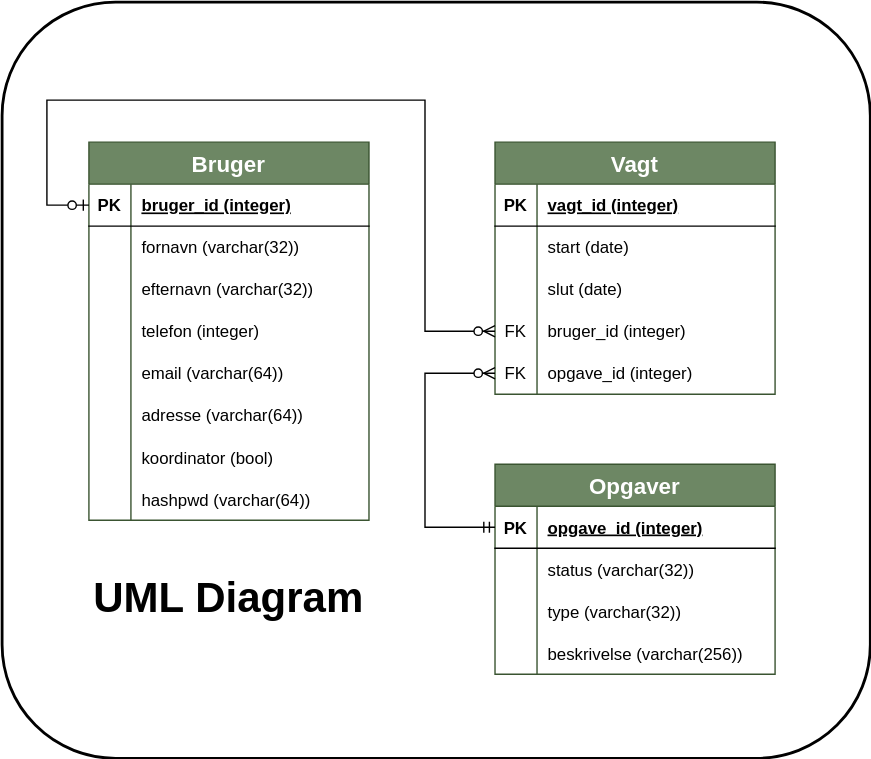
This is Filer/UML_diagram.drawio.svg from lynge96/JADA-Miljoefestival, a draw.io export, as it was before one commit. Source tidied: cells renumbered, new cells last; positions are measured from the earlier drawing's top-left corner, leaving out a move shared by most shapes. Its diagram source:
```xml
<mxGraphModel>
  <root>
    <mxCell id="0" />
    <mxCell id="1" parent="0" />
    <mxCell id="2" style="rounded=1;whiteSpace=wrap;html=1;labelBackgroundColor=none;fontSize=30;fontColor=default;labelBorderColor=none;fillColor=none;strokeWidth=2;glass=0;shadow=0;" parent="1" vertex="1">
      <mxGeometry width="620" height="540" as="geometry" />
    </mxCell>
    <mxCell id="3" value="Bruger" style="shape=table;startSize=30;rowLines=0;fontStyle=1;align=center;labelBackgroundColor=none;fillColor=#6d8764;strokeColor=#3A5431;fontColor=#ffffff;fontSize=16;" parent="1" vertex="1">
      <mxGeometry x="62" y="100" width="200" height="270" as="geometry" />
    </mxCell>
    <mxCell id="4" style="shape=tableRow;horizontal=0;startSize=0;swimlaneHead=0;swimlaneBody=0;fillColor=none;points=[[0,0.5],[1,0.5]];portConstraint=eastwest;top=0;left=0;right=0;bottom=1;" parent="3" vertex="1">
      <mxGeometry y="30" width="200" height="30" as="geometry" />
    </mxCell>
    <mxCell id="5" value="PK" style="shape=partialRectangle;fillColor=none;top=0;left=0;bottom=0;right=0;fontStyle=1;overflow=hidden;" parent="4" vertex="1">
      <mxGeometry width="30" height="30" as="geometry" />
    </mxCell>
    <mxCell id="6" value="bruger_id (integer)" style="shape=partialRectangle;fillColor=none;top=0;left=0;bottom=0;right=0;align=left;spacingLeft=6;fontStyle=5;overflow=hidden;" parent="4" vertex="1">
      <mxGeometry x="30" width="170" height="30" as="geometry" />
    </mxCell>
    <mxCell id="7" style="shape=tableRow;horizontal=0;startSize=0;swimlaneHead=0;swimlaneBody=0;fillColor=none;top=0;left=0;right=0;bottom=0;" parent="3" vertex="1">
      <mxGeometry y="60" width="200" height="30" as="geometry" />
    </mxCell>
    <mxCell id="8" style="shape=partialRectangle;fillColor=none;top=0;left=0;bottom=0;right=0;overflow=hidden;" parent="7" vertex="1">
      <mxGeometry width="30" height="30" as="geometry" />
    </mxCell>
    <mxCell id="9" value="fornavn (varchar(32))" style="shape=partialRectangle;fillColor=none;top=0;left=0;bottom=0;right=0;align=left;spacingLeft=6;overflow=hidden;" parent="7" vertex="1">
      <mxGeometry x="30" width="170" height="30" as="geometry" />
    </mxCell>
    <mxCell id="10" style="shape=tableRow;horizontal=0;startSize=0;swimlaneHead=0;swimlaneBody=0;fillColor=none;top=0;left=0;right=0;bottom=0;" parent="3" vertex="1">
      <mxGeometry y="90" width="200" height="30" as="geometry" />
    </mxCell>
    <mxCell id="11" style="shape=partialRectangle;fillColor=none;top=0;left=0;bottom=0;right=0;overflow=hidden;" parent="10" vertex="1">
      <mxGeometry width="30" height="30" as="geometry" />
    </mxCell>
    <mxCell id="12" value="efternavn (varchar(32))" style="shape=partialRectangle;fillColor=none;top=0;left=0;bottom=0;right=0;align=left;spacingLeft=6;overflow=hidden;" parent="10" vertex="1">
      <mxGeometry x="30" width="170" height="30" as="geometry" />
    </mxCell>
    <mxCell id="13" style="shape=tableRow;horizontal=0;startSize=0;swimlaneHead=0;swimlaneBody=0;fillColor=none;top=0;left=0;right=0;bottom=0;" parent="3" vertex="1">
      <mxGeometry y="120" width="200" height="30" as="geometry" />
    </mxCell>
    <mxCell id="14" style="shape=partialRectangle;fillColor=none;top=0;left=0;bottom=0;right=0;overflow=hidden;" parent="13" vertex="1">
      <mxGeometry width="30" height="30" as="geometry" />
    </mxCell>
    <mxCell id="15" value="telefon (integer)" style="shape=partialRectangle;fillColor=none;top=0;left=0;bottom=0;right=0;align=left;spacingLeft=6;overflow=hidden;" parent="13" vertex="1">
      <mxGeometry x="30" width="170" height="30" as="geometry" />
    </mxCell>
    <mxCell id="16" style="shape=tableRow;horizontal=0;startSize=0;swimlaneHead=0;swimlaneBody=0;fillColor=none;top=0;left=0;right=0;bottom=0;" parent="3" vertex="1">
      <mxGeometry y="150" width="200" height="30" as="geometry" />
    </mxCell>
    <mxCell id="17" style="shape=partialRectangle;fillColor=none;top=0;left=0;bottom=0;right=0;overflow=hidden;" parent="16" vertex="1">
      <mxGeometry width="30" height="30" as="geometry" />
    </mxCell>
    <mxCell id="18" value="email (varchar(64))" style="shape=partialRectangle;fillColor=none;top=0;left=0;bottom=0;right=0;align=left;spacingLeft=6;overflow=hidden;" parent="16" vertex="1">
      <mxGeometry x="30" width="170" height="30" as="geometry" />
    </mxCell>
    <mxCell id="19" style="shape=tableRow;horizontal=0;startSize=0;swimlaneHead=0;swimlaneBody=0;fillColor=none;top=0;left=0;right=0;bottom=0;" parent="3" vertex="1">
      <mxGeometry y="180" width="200" height="30" as="geometry" />
    </mxCell>
    <mxCell id="20" style="shape=partialRectangle;fillColor=none;top=0;left=0;bottom=0;right=0;overflow=hidden;" parent="19" vertex="1">
      <mxGeometry width="30" height="30" as="geometry" />
    </mxCell>
    <mxCell id="21" value="adresse (varchar(64))" style="shape=partialRectangle;fillColor=none;top=0;left=0;bottom=0;right=0;align=left;spacingLeft=6;overflow=hidden;" parent="19" vertex="1">
      <mxGeometry x="30" width="170" height="30" as="geometry" />
    </mxCell>
    <mxCell id="22" style="shape=tableRow;horizontal=0;startSize=0;swimlaneHead=0;swimlaneBody=0;fillColor=none;top=0;left=0;right=0;bottom=0;" parent="3" vertex="1">
      <mxGeometry y="210" width="200" height="30" as="geometry" />
    </mxCell>
    <mxCell id="23" style="shape=partialRectangle;fillColor=none;top=0;left=0;bottom=0;right=0;overflow=hidden;" parent="22" vertex="1">
      <mxGeometry width="30" height="30" as="geometry" />
    </mxCell>
    <mxCell id="24" value="koordinator (bool)" style="shape=partialRectangle;fillColor=none;top=0;left=0;bottom=0;right=0;align=left;spacingLeft=6;overflow=hidden;" parent="22" vertex="1">
      <mxGeometry x="30" width="170" height="30" as="geometry" />
    </mxCell>
    <mxCell id="25" style="shape=tableRow;horizontal=0;startSize=0;swimlaneHead=0;swimlaneBody=0;fillColor=none;top=0;left=0;right=0;bottom=0;" parent="3" vertex="1">
      <mxGeometry y="240" width="200" height="30" as="geometry" />
    </mxCell>
    <mxCell id="26" style="shape=partialRectangle;fillColor=none;top=0;left=0;bottom=0;right=0;overflow=hidden;" parent="25" vertex="1">
      <mxGeometry width="30" height="30" as="geometry" />
    </mxCell>
    <mxCell id="27" value="hashpwd (varchar(64))" style="shape=partialRectangle;fillColor=none;top=0;left=0;bottom=0;right=0;align=left;spacingLeft=6;overflow=hidden;" parent="25" vertex="1">
      <mxGeometry x="30" width="170" height="30" as="geometry" />
    </mxCell>
    <mxCell id="28" value="Vagt" style="shape=table;startSize=30;rowLines=0;fontStyle=1;align=center;labelBackgroundColor=none;fillColor=#6d8764;fontColor=#ffffff;strokeColor=#3A5431;fontFamily=Helvetica;fontSize=16;" parent="1" vertex="1">
      <mxGeometry x="352" y="100" width="200" height="180" as="geometry" />
    </mxCell>
    <mxCell id="29" style="shape=tableRow;horizontal=0;startSize=0;swimlaneHead=0;swimlaneBody=0;fillColor=none;top=0;left=0;right=0;bottom=1;labelBackgroundColor=#FFFFFF;" parent="28" vertex="1">
      <mxGeometry y="30" width="200" height="30" as="geometry" />
    </mxCell>
    <mxCell id="30" value="PK" style="shape=partialRectangle;fillColor=none;top=0;left=0;bottom=0;right=0;fontStyle=1;overflow=hidden;labelBackgroundColor=#FFFFFF;" parent="29" vertex="1">
      <mxGeometry width="30" height="30" as="geometry" />
    </mxCell>
    <mxCell id="31" value="vagt_id (integer)" style="shape=partialRectangle;fillColor=none;top=0;left=0;bottom=0;right=0;align=left;spacingLeft=6;fontStyle=5;overflow=hidden;labelBackgroundColor=#FFFFFF;" parent="29" vertex="1">
      <mxGeometry x="30" width="170" height="30" as="geometry" />
    </mxCell>
    <mxCell id="32" style="shape=tableRow;horizontal=0;startSize=0;swimlaneHead=0;swimlaneBody=0;fillColor=none;top=0;left=0;right=0;bottom=0;labelBackgroundColor=#FFFFFF;" parent="28" vertex="1">
      <mxGeometry y="60" width="200" height="30" as="geometry" />
    </mxCell>
    <mxCell id="33" style="shape=partialRectangle;fillColor=none;top=0;left=0;bottom=0;right=0;overflow=hidden;labelBackgroundColor=#FFFFFF;" parent="32" vertex="1">
      <mxGeometry width="30" height="30" as="geometry" />
    </mxCell>
    <mxCell id="34" value="start (date)" style="shape=partialRectangle;fillColor=none;top=0;left=0;bottom=0;right=0;align=left;spacingLeft=6;overflow=hidden;labelBackgroundColor=#FFFFFF;" parent="32" vertex="1">
      <mxGeometry x="30" width="170" height="30" as="geometry" />
    </mxCell>
    <mxCell id="35" style="shape=tableRow;horizontal=0;startSize=0;swimlaneHead=0;swimlaneBody=0;fillColor=none;top=0;left=0;right=0;bottom=0;labelBackgroundColor=#FFFFFF;" parent="28" vertex="1">
      <mxGeometry y="90" width="200" height="30" as="geometry" />
    </mxCell>
    <mxCell id="36" style="shape=partialRectangle;fillColor=none;top=0;left=0;bottom=0;right=0;overflow=hidden;labelBackgroundColor=#FFFFFF;" parent="35" vertex="1">
      <mxGeometry width="30" height="30" as="geometry" />
    </mxCell>
    <mxCell id="37" value="slut (date)" style="shape=partialRectangle;fillColor=none;top=0;left=0;bottom=0;right=0;align=left;spacingLeft=6;overflow=hidden;labelBackgroundColor=#FFFFFF;" parent="35" vertex="1">
      <mxGeometry x="30" width="170" height="30" as="geometry" />
    </mxCell>
    <mxCell id="38" style="shape=tableRow;horizontal=0;startSize=0;swimlaneHead=0;swimlaneBody=0;fillColor=none;points=[[0,0.5],[1,0.5]];portConstraint=eastwest;top=0;left=0;right=0;bottom=0;labelBackgroundColor=#FFFFFF;" parent="28" vertex="1">
      <mxGeometry y="120" width="200" height="30" as="geometry" />
    </mxCell>
    <mxCell id="39" value="FK" style="shape=partialRectangle;fillColor=none;top=0;left=0;bottom=0;right=0;fontStyle=0;overflow=hidden;labelBackgroundColor=#FFFFFF;" parent="38" vertex="1">
      <mxGeometry width="30" height="30" as="geometry" />
    </mxCell>
    <mxCell id="40" value="bruger_id (integer)" style="shape=partialRectangle;fillColor=none;top=0;left=0;bottom=0;right=0;align=left;spacingLeft=6;fontStyle=0;overflow=hidden;labelBackgroundColor=#FFFFFF;" parent="38" vertex="1">
      <mxGeometry x="30" width="170" height="30" as="geometry" />
    </mxCell>
    <mxCell id="41" style="shape=tableRow;horizontal=0;startSize=0;swimlaneHead=0;swimlaneBody=0;fillColor=none;points=[[0,0.5],[1,0.5]];portConstraint=eastwest;top=0;left=0;right=0;bottom=0;labelBackgroundColor=#FFFFFF;" parent="28" vertex="1">
      <mxGeometry y="150" width="200" height="30" as="geometry" />
    </mxCell>
    <mxCell id="42" value="FK" style="shape=partialRectangle;fillColor=none;top=0;left=0;bottom=0;right=0;fontStyle=0;overflow=hidden;labelBackgroundColor=#FFFFFF;" parent="41" vertex="1">
      <mxGeometry width="30" height="30" as="geometry" />
    </mxCell>
    <mxCell id="43" value="opgave_id (integer)" style="shape=partialRectangle;fillColor=none;top=0;left=0;bottom=0;right=0;align=left;spacingLeft=6;fontStyle=0;overflow=hidden;labelBackgroundColor=#FFFFFF;" parent="41" vertex="1">
      <mxGeometry x="30" width="170" height="30" as="geometry" />
    </mxCell>
    <mxCell id="44" value="Opgaver" style="shape=table;startSize=30;rowLines=0;fontStyle=1;align=center;labelBackgroundColor=none;fillColor=#6d8764;fontColor=#ffffff;strokeColor=#3A5431;fontSize=16;swimlaneLine=1;" parent="1" vertex="1">
      <mxGeometry x="352" y="330" width="200" height="150" as="geometry" />
    </mxCell>
    <mxCell id="45" style="shape=tableRow;horizontal=0;startSize=0;swimlaneHead=0;swimlaneBody=0;fillColor=none;points=[[0,0.5],[1,0.5]];portConstraint=eastwest;top=0;left=0;right=0;bottom=1;labelBackgroundColor=#FFFFFF;" parent="44" vertex="1">
      <mxGeometry y="30" width="200" height="30" as="geometry" />
    </mxCell>
    <mxCell id="46" value="PK" style="shape=partialRectangle;fillColor=none;top=0;left=0;bottom=0;right=0;fontStyle=1;overflow=hidden;labelBackgroundColor=#FFFFFF;" parent="45" vertex="1">
      <mxGeometry width="30" height="30" as="geometry" />
    </mxCell>
    <mxCell id="47" value="opgave_id (integer)" style="shape=partialRectangle;fillColor=none;top=0;left=0;bottom=0;right=0;align=left;spacingLeft=6;fontStyle=5;overflow=hidden;labelBackgroundColor=#FFFFFF;" parent="45" vertex="1">
      <mxGeometry x="30" width="170" height="30" as="geometry" />
    </mxCell>
    <mxCell id="48" style="shape=tableRow;horizontal=0;startSize=0;swimlaneHead=0;swimlaneBody=0;fillColor=none;top=0;left=0;right=0;bottom=0;labelBackgroundColor=#FFFFFF;" parent="44" vertex="1">
      <mxGeometry y="60" width="200" height="30" as="geometry" />
    </mxCell>
    <mxCell id="49" style="shape=partialRectangle;fillColor=none;top=0;left=0;bottom=0;right=0;overflow=hidden;labelBackgroundColor=#FFFFFF;" parent="48" vertex="1">
      <mxGeometry width="30" height="30" as="geometry" />
    </mxCell>
    <mxCell id="50" value="status (varchar(32))" style="shape=partialRectangle;fillColor=none;top=0;left=0;bottom=0;right=0;align=left;spacingLeft=6;overflow=hidden;labelBackgroundColor=#FFFFFF;" parent="48" vertex="1">
      <mxGeometry x="30" width="170" height="30" as="geometry" />
    </mxCell>
    <mxCell id="51" style="shape=tableRow;horizontal=0;startSize=0;swimlaneHead=0;swimlaneBody=0;fillColor=none;top=0;left=0;right=0;bottom=0;labelBackgroundColor=#FFFFFF;" parent="44" vertex="1">
      <mxGeometry y="90" width="200" height="30" as="geometry" />
    </mxCell>
    <mxCell id="52" style="shape=partialRectangle;fillColor=none;top=0;left=0;bottom=0;right=0;overflow=hidden;labelBackgroundColor=#FFFFFF;" parent="51" vertex="1">
      <mxGeometry width="30" height="30" as="geometry" />
    </mxCell>
    <mxCell id="53" value="type (varchar(32))" style="shape=partialRectangle;fillColor=none;top=0;left=0;bottom=0;right=0;align=left;spacingLeft=6;overflow=hidden;labelBackgroundColor=#FFFFFF;" parent="51" vertex="1">
      <mxGeometry x="30" width="170" height="30" as="geometry" />
    </mxCell>
    <mxCell id="54" style="shape=tableRow;horizontal=0;startSize=0;swimlaneHead=0;swimlaneBody=0;fillColor=none;top=0;left=0;right=0;bottom=0;labelBackgroundColor=#FFFFFF;" parent="44" vertex="1">
      <mxGeometry y="120" width="200" height="30" as="geometry" />
    </mxCell>
    <mxCell id="55" style="shape=partialRectangle;fillColor=none;top=0;left=0;bottom=0;right=0;overflow=hidden;labelBackgroundColor=#FFFFFF;" parent="54" vertex="1">
      <mxGeometry width="30" height="30" as="geometry" />
    </mxCell>
    <mxCell id="56" value="beskrivelse (varchar(256))" style="shape=partialRectangle;fillColor=none;top=0;left=0;bottom=0;right=0;align=left;spacingLeft=6;overflow=hidden;labelBackgroundColor=#FFFFFF;" parent="54" vertex="1">
      <mxGeometry x="30" width="170" height="30" as="geometry" />
    </mxCell>
    <mxCell id="57" style="edgeStyle=orthogonalEdgeStyle;fontSize=12;html=1;endArrow=ERzeroToMany;startArrow=ERzeroToOne;rounded=0;exitX=0;exitY=0.5;exitDx=0;exitDy=0;entryX=0;entryY=0.5;entryDx=0;entryDy=0;" parent="1" edge="1" source="4" target="38">
      <mxGeometry relative="1" as="geometry">
        <Array as="points">
          <mxPoint x="32" y="145" />
          <mxPoint x="32" y="70" />
          <mxPoint x="302" y="70" />
          <mxPoint x="302" y="235" />
        </Array>
      </mxGeometry>
    </mxCell>
    <mxCell id="58" style="edgeStyle=elbowEdgeStyle;fontSize=12;html=1;endArrow=ERzeroToMany;startArrow=ERmandOne;rounded=0;entryX=0;entryY=0.5;entryDx=0;entryDy=0;strokeColor=default;exitX=0;exitY=0.5;exitDx=0;exitDy=0;" parent="1" edge="1" source="45" target="41">
      <mxGeometry relative="1" as="geometry">
        <Array as="points">
          <mxPoint x="302" y="350" />
          <mxPoint x="322" y="300" />
          <mxPoint x="342" y="200" />
          <mxPoint x="302" y="240" />
          <mxPoint x="322" y="260" />
          <mxPoint x="122" y="250" />
        </Array>
      </mxGeometry>
    </mxCell>
    <mxCell id="59" value="&lt;font style=&quot;font-size: 30px&quot;&gt;&lt;b&gt;UML Diagram&lt;/b&gt;&lt;/font&gt;" style="text;html=1;strokeColor=none;fillColor=none;align=center;verticalAlign=middle;whiteSpace=wrap;rounded=0;labelBackgroundColor=none;" parent="1" vertex="1">
      <mxGeometry x="62" y="410" width="200" height="30" as="geometry" />
    </mxCell>
  </root>
</mxGraphModel>
```
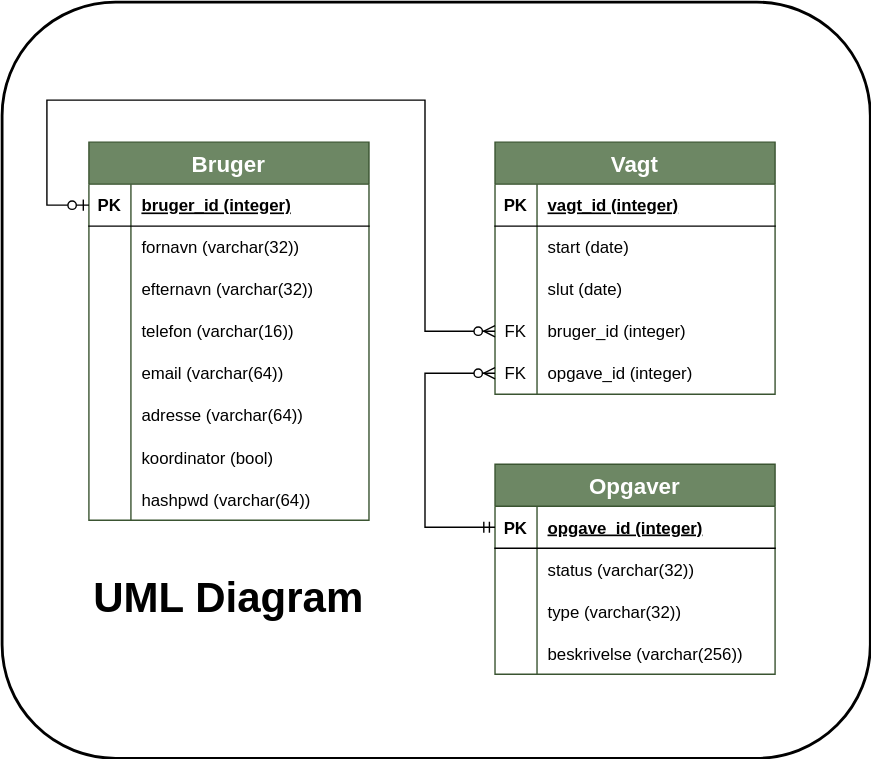
Later version of the same file.

Commit message:
Updaterede UML

What changed in the source:
```diff
@@ -41,7 +41,7 @@
     <mxCell id="14" style="shape=partialRectangle;fillColor=none;top=0;left=0;bottom=0;right=0;overflow=hidden;" parent="13" vertex="1">
       <mxGeometry width="30" height="30" as="geometry" />
     </mxCell>
-    <mxCell id="15" value="telefon (integer)" style="shape=partialRectangle;fillColor=none;top=0;left=0;bottom=0;right=0;align=left;spacingLeft=6;overflow=hidden;" parent="13" vertex="1">
+    <mxCell id="15" value="telefon (varchar(16))" style="shape=partialRectangle;fillColor=none;top=0;left=0;bottom=0;right=0;align=left;spacingLeft=6;overflow=hidden;" parent="13" vertex="1">
       <mxGeometry x="30" width="170" height="30" as="geometry" />
     </mxCell>
     <mxCell id="16" style="shape=tableRow;horizontal=0;startSize=0;swimlaneHead=0;swimlaneBody=0;fillColor=none;top=0;left=0;right=0;bottom=0;" parent="3" vertex="1">
```
